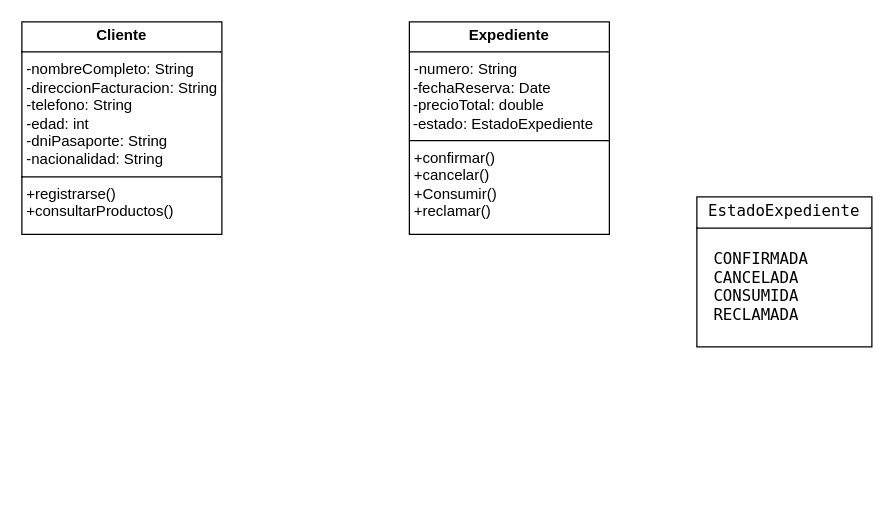
The draw.io diagram Diagrama sin título.drawio in JavierIbarra25/Diseno-Orientado-a-Objetos, before the edit. Source tidied: cells renumbered, new cells numbered last; positions are measured from the earlier drawing's top-left corner, leaving out a move shared by most shapes. Both pictures are drawn from the tidied source at 125%, with x=0, y=0 at pixel (21, 21).
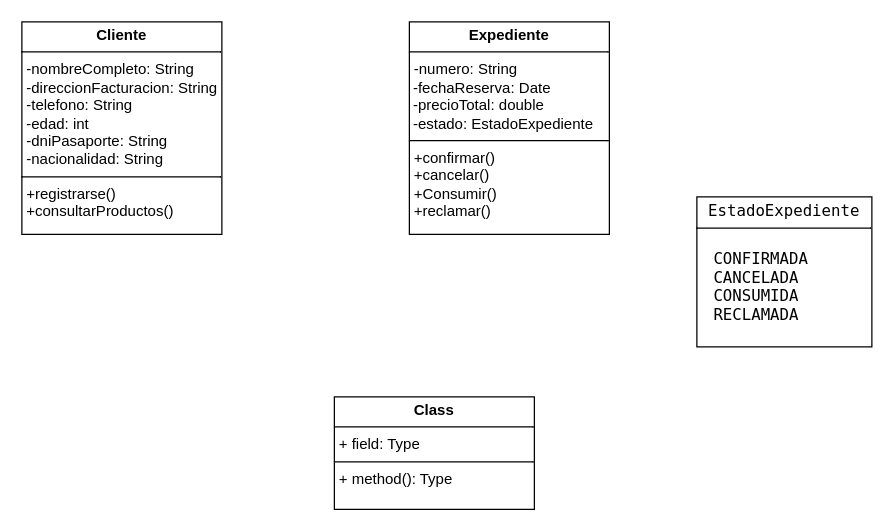
Above is the later version.

Change to the diagram source:
```diff
@@
 <mxGraphModel>
   <root>
     <mxCell id="0" />
     <mxCell id="1" parent="0" />
     <mxCell id="2" value="&lt;p style=&quot;margin:0px;margin-top:4px;text-align:center;&quot;&gt;&lt;b&gt;Cliente&lt;/b&gt;&lt;/p&gt;&lt;hr size=&quot;1&quot; style=&quot;border-style:solid;&quot;&gt;&lt;p style=&quot;margin:0px;margin-left:4px;&quot;&gt;-nombreCompleto: String&lt;/p&gt;&lt;p style=&quot;margin:0px;margin-left:4px;&quot;&gt;-direccionFacturacion: String&lt;/p&gt;&lt;p style=&quot;margin:0px;margin-left:4px;&quot;&gt;-telefono: String&lt;/p&gt;&lt;p style=&quot;margin:0px;margin-left:4px;&quot;&gt;-edad: int&lt;/p&gt;&lt;p style=&quot;margin:0px;margin-left:4px;&quot;&gt;-dniPasaporte: String&lt;/p&gt;&lt;p style=&quot;margin:0px;margin-left:4px;&quot;&gt;-nacionalidad: String&lt;/p&gt;&lt;hr size=&quot;1&quot; style=&quot;border-style:solid;&quot;&gt;&lt;p style=&quot;margin:0px;margin-left:4px;&quot;&gt;+registrarse()&lt;br&gt;  +consultarProductos()&lt;/p&gt;" style="verticalAlign=top;align=left;overflow=fill;html=1;whiteSpace=wrap;" parent="1" vertex="1">
       <mxGeometry width="160" height="170" as="geometry" />
     </mxCell>
     <mxCell id="3" value="&lt;p style=&quot;margin:0px;margin-top:4px;text-align:center;&quot;&gt;&lt;b&gt;Expediente&lt;/b&gt;&lt;/p&gt;&lt;hr size=&quot;1&quot; style=&quot;border-style:solid;&quot;&gt;&lt;p style=&quot;margin:0px;margin-left:4px;&quot;&gt;&lt;span style=&quot;background-color: transparent; color: light-dark(rgb(0, 0, 0), rgb(255, 255, 255));&quot;&gt;-numero: String&amp;nbsp;&lt;/span&gt;&lt;/p&gt;&lt;div&gt;&lt;div&gt;&amp;nbsp;-fechaReserva: Date&amp;nbsp;&lt;/div&gt;&lt;div&gt;&amp;nbsp;-precioTotal: double&lt;/div&gt;&lt;div&gt;&amp;nbsp;-estado: EstadoExpediente&lt;/div&gt;&lt;/div&gt;&lt;hr size=&quot;1&quot; style=&quot;border-style:solid;&quot;&gt;&lt;p style=&quot;margin: 0px 0px 0px 4px;&quot;&gt;+confirmar()&amp;nbsp;&lt;/p&gt;&lt;p style=&quot;margin: 0px 0px 0px 4px;&quot;&gt;+cancelar()&lt;br&gt;+Consumir()&lt;br&gt;+reclamar()&lt;/p&gt;" style="verticalAlign=top;align=left;overflow=fill;html=1;whiteSpace=wrap;" parent="1" vertex="1">
       <mxGeometry x="310" width="160" height="170" as="geometry" />
     </mxCell>
     <mxCell id="4" value="&lt;p style=&quot;margin:0px;margin-top:4px;text-align:center;&quot;&gt;&lt;span style=&quot;font-family: Menlo, &amp;quot;Roboto Mono&amp;quot;, &amp;quot;Courier New&amp;quot;, Courier, monospace, Inter, sans-serif; font-size: 12.573px; background-color: transparent; color: light-dark(rgb(0, 0, 0), rgb(255, 255, 255)); text-align: left;&quot;&gt;EstadoExpediente&lt;/span&gt;&lt;/p&gt;&lt;hr size=&quot;1&quot; style=&quot;border-style:solid;&quot;&gt;&lt;div style=&quot;height:2px;&quot;&gt;&lt;pre style=&quot;font-family: Menlo, &amp;quot;Roboto Mono&amp;quot;, &amp;quot;Courier New&amp;quot;, Courier, monospace, Inter, sans-serif; overflow: auto; padding: 9.144px 13.716px; text-wrap-mode: wrap; word-break: break-all; font-size: 12.573px; margin-top: 0px !important; margin-bottom: 0px !important;&quot;&gt;CONFIRMADA&lt;br&gt;CANCELADA&lt;br&gt;CONSUMIDA&lt;br&gt;RECLAMADA&lt;/pre&gt;&lt;/div&gt;" style="verticalAlign=top;align=left;overflow=fill;html=1;whiteSpace=wrap;" parent="1" vertex="1">
       <mxGeometry x="540" y="140" width="140" height="120" as="geometry" />
     </mxCell>
+    <mxCell id="5" value="&lt;p style=&quot;margin:0px;margin-top:4px;text-align:center;&quot;&gt;&lt;b&gt;Class&lt;/b&gt;&lt;/p&gt;&lt;hr size=&quot;1&quot; style=&quot;border-style:solid;&quot;/&gt;&lt;p style=&quot;margin:0px;margin-left:4px;&quot;&gt;+ field: Type&lt;/p&gt;&lt;hr size=&quot;1&quot; style=&quot;border-style:solid;&quot;/&gt;&lt;p style=&quot;margin:0px;margin-left:4px;&quot;&gt;+ method(): Type&lt;/p&gt;" style="verticalAlign=top;align=left;overflow=fill;html=1;whiteSpace=wrap;" parent="1" vertex="1">
+      <mxGeometry x="250" y="300" width="160" height="90" as="geometry" />
+    </mxCell>
   </root>
 </mxGraphModel>
```
